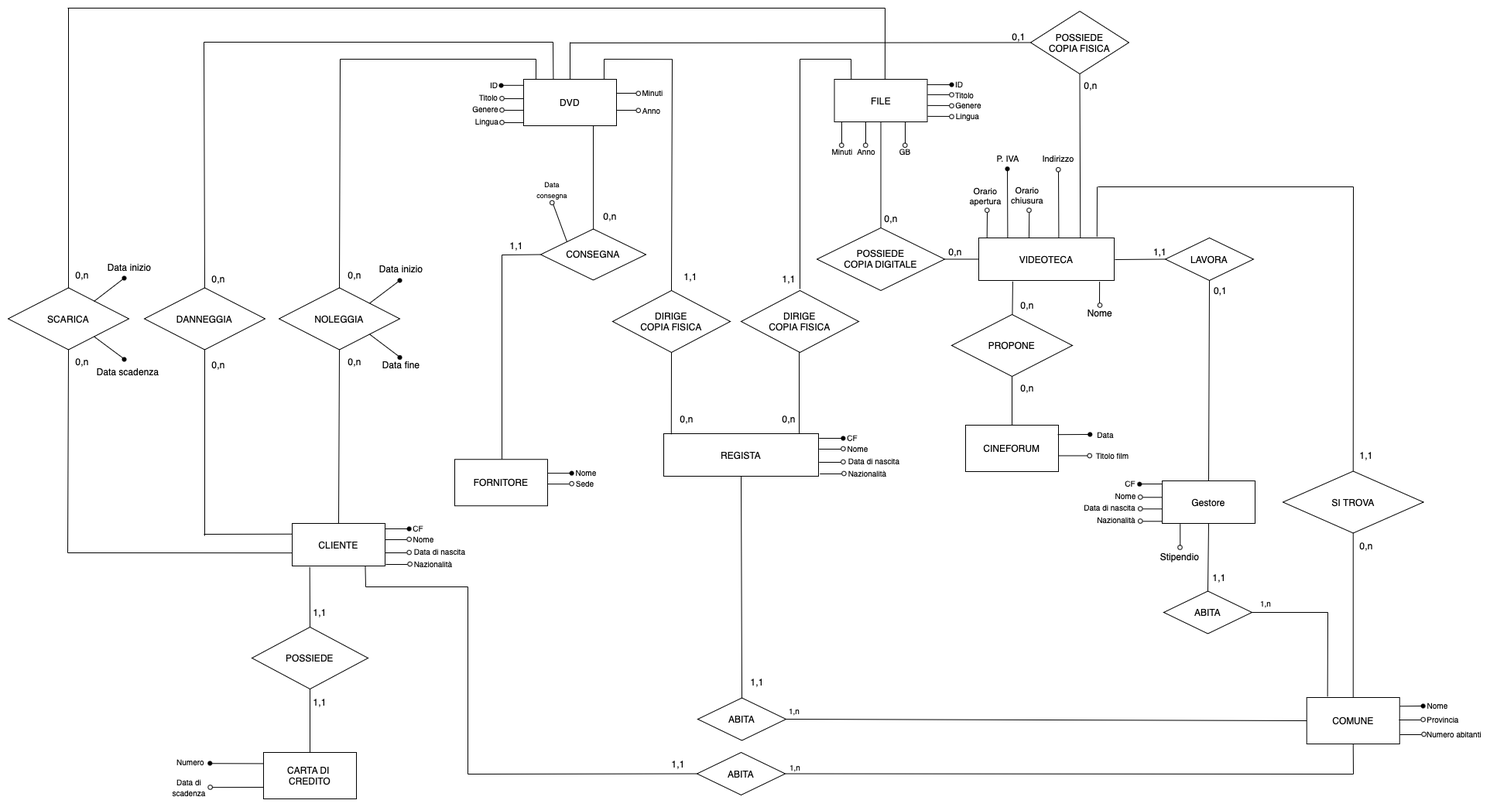
Above: diagramma ER ristrutturato.png in albertocnve1/UniPD-database-project-2024-2.0 (draw.io), before the change. Source tidied: cells renumbered, new cells last; positions are measured from the earlier drawing's top-left corner, leaving out a move shared by most shapes.
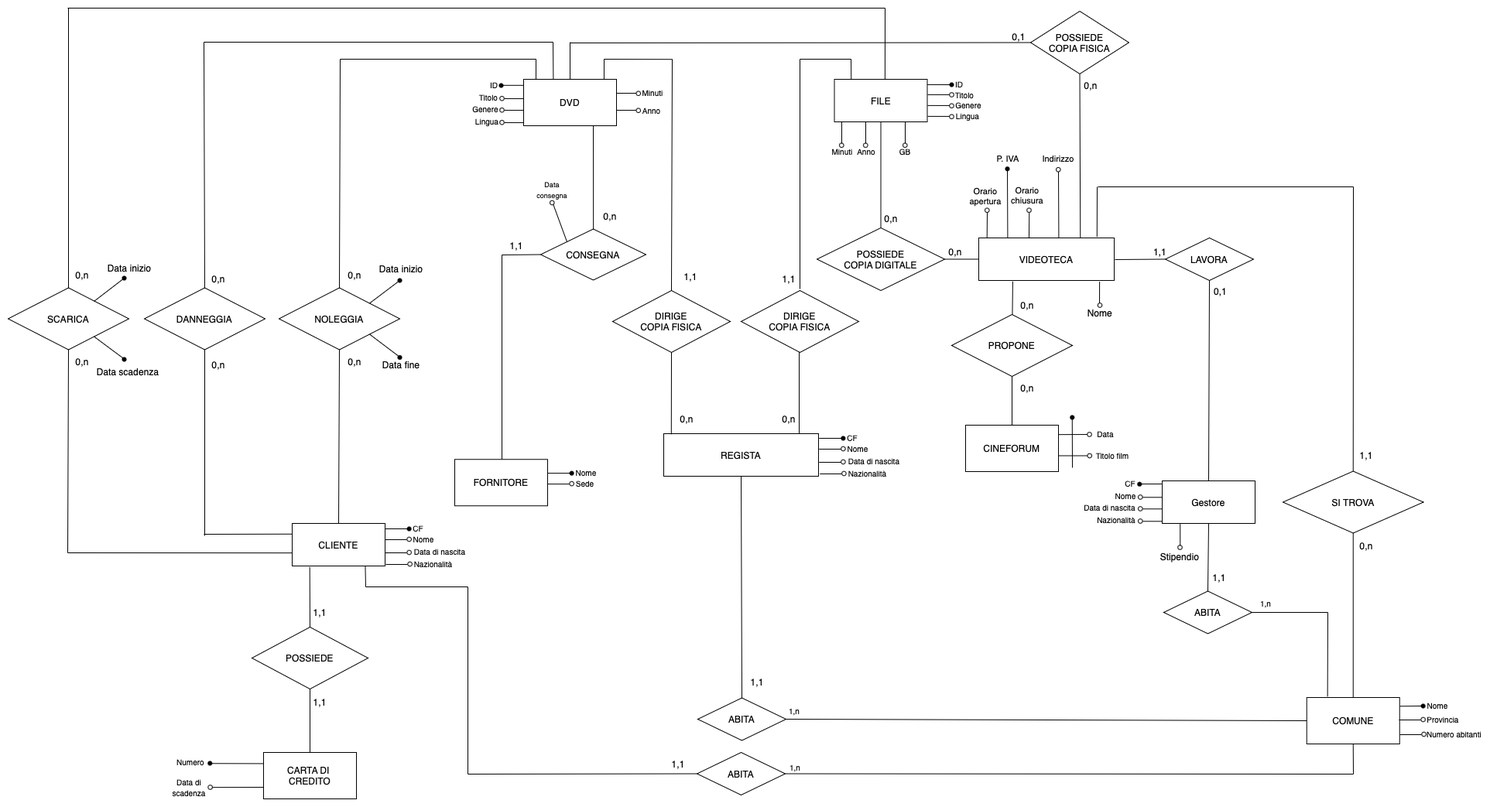
The same diagram one commit later.

Change to the diagram source:
```diff
@@ -314,14 +314,12 @@
     <mxCell id="83" value="0,n" style="text;html=1;align=center;verticalAlign=middle;whiteSpace=wrap;rounded=0;" parent="1" vertex="1">
       <mxGeometry x="1287" y="476" width="60" height="30" as="geometry" />
     </mxCell>
-    <mxCell id="84" style="endArrow=none;html=1;rounded=0;entryX=0.992;entryY=0.203;entryDx=0;entryDy=0;entryPerimeter=0;" parent="1" edge="1" target="53">
+    <mxCell id="84" style="endArrow=none;html=1;rounded=0;entryX=0.992;entryY=0.203;entryDx=0;entryDy=0;entryPerimeter=0;" parent="1" edge="1">
       <mxGeometry relative="1" as="geometry">
-        <mxPoint x="1397" y="551" as="sourcePoint" />
+        <mxPoint x="1398" y="551" as="sourcePoint" />
+        <mxPoint x="1357" y="551.2" as="targetPoint" />
       </mxGeometry>
     </mxCell>
-    <mxCell id="85" style="shape=waypoint;sketch=0;fillStyle=solid;size=6;fillColor=#000000;perimeter=centerPerimeter;" parent="1" vertex="1">
-      <mxGeometry x="1387.8" y="541" width="20" height="20" as="geometry" />
-    </mxCell>
     <mxCell id="86" value="&lt;font style=&quot;font-size: 10px;&quot;&gt;Titolo film&lt;/font&gt;" style="text;html=1;align=center;verticalAlign=middle;whiteSpace=wrap;rounded=0;" parent="1" vertex="1">
       <mxGeometry x="1396.5" y="563.1" width="60" height="30" as="geometry" />
     </mxCell>
@@ -332,7 +330,7 @@
       </mxGeometry>
     </mxCell>
     <mxCell id="88" value="&lt;font style=&quot;font-size: 10px;&quot;&gt;Data&lt;/font&gt;" style="text;html=1;align=center;verticalAlign=middle;whiteSpace=wrap;rounded=0;" parent="1" vertex="1">
-      <mxGeometry x="1387.8" y="536" width="60" height="30" as="geometry" />
+      <mxGeometry x="1388" y="534.5" width="60" height="30" as="geometry" />
     </mxCell>
     <mxCell id="89" style="ellipse;whiteSpace=wrap;html=1;" parent="1" vertex="1">
       <mxGeometry x="1394.5" y="575.8" width="5.5" height="5.5" as="geometry" />
@@ -950,5 +948,16 @@
     <mxCell id="244" value="Data scadenza" style="text;html=1;align=center;verticalAlign=middle;whiteSpace=wrap;rounded=0;" parent="1" vertex="1">
       <mxGeometry x="105.9" y="454.5" width="98" height="30" as="geometry" />
     </mxCell>
+    <mxCell id="245" style="shape=waypoint;sketch=0;fillStyle=solid;size=6;points=[];fillColor=#000000;perimeter=centerPerimeter;snapToPoint=1;" parent="1" vertex="1">
+      <mxGeometry x="1364.8" y="519" width="20" height="20" as="geometry" />
+    </mxCell>
+    <mxCell id="246" style="ellipse;whiteSpace=wrap;html=1;" parent="1" vertex="1">
+      <mxGeometry x="1394.2" y="548.2" width="5.5" height="5.5" as="geometry" />
+    </mxCell>
+    <mxCell id="247" style="endArrow=none;html=1;rounded=0;" parent="1" edge="1" target="245">
+      <mxGeometry relative="1" as="geometry">
+        <mxPoint x="1375" y="594" as="sourcePoint" />
+      </mxGeometry>
+    </mxCell>
   </root>
 </mxGraphModel>
```
